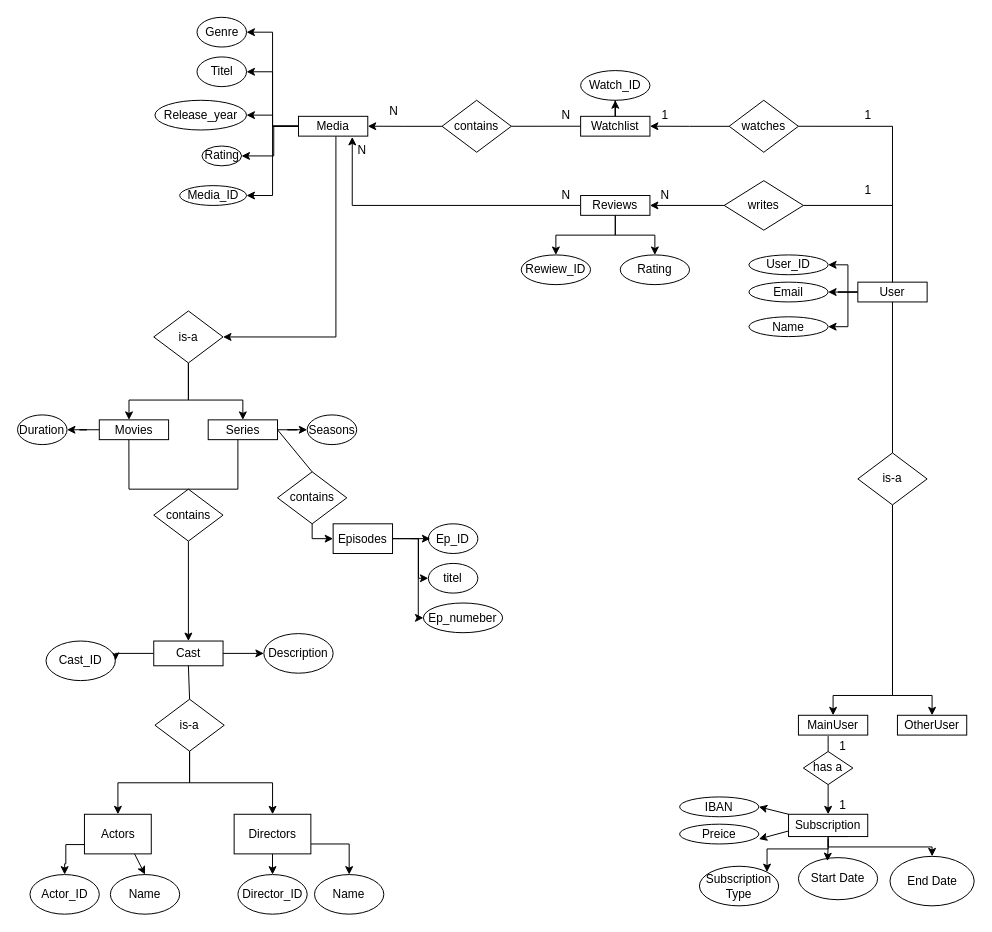
The draw.io diagram draw_io/ER.drawio in KevinGarrison/DataEngineeringProjects, before the edit. Source tidied: cells renumbered, new cells numbered last; positions are measured from the earlier drawing's top-left corner, leaving out a move shared by most shapes. Both pictures are drawn from the tidied source at 99%, with x=0, y=0 at pixel (17, 17).
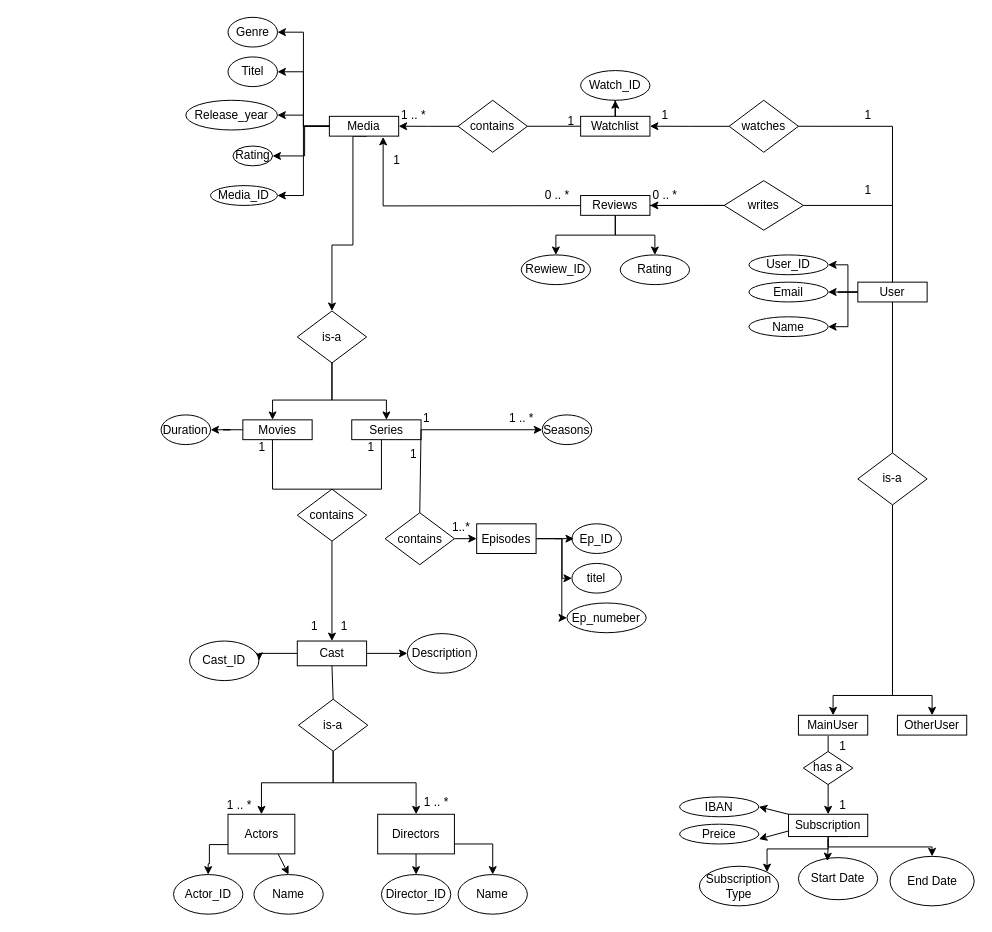
After the change.

Commit message:
Kardinalitäten hinzugefügt

The change refers to these unchanged cells:
```xml
<mxCell id="50" value="Reviews" style="rounded=0;whiteSpace=wrap;html=1;" parent="1" vertex="1">
  <mxGeometry x="569" y="180" width="70" height="20" as="geometry" />
</mxCell>
```

Change to the diagram source:
```diff
@@
-    <mxCell id="2" style="edgeStyle=orthogonalEdgeStyle;rounded=0;jettySize=auto;html=1;exitX=0.54;exitY=1.007;exitDx=0;exitDy=0;entryX=1;entryY=0.5;entryDx=0;entryDy=0;exitPerimeter=0;" parent="1" edge="1" source="8" target="13">
+    <mxCell id="2" style="edgeStyle=orthogonalEdgeStyle;rounded=0;jettySize=auto;html=1;exitX=0.54;exitY=1.007;exitDx=0;exitDy=0;entryX=0.5;entryY=0;entryDx=0;entryDy=0;exitPerimeter=0;" parent="1" edge="1" source="8" target="13">
       <mxGeometry relative="1" as="geometry">
         <Array as="points">
-          <mxPoint x="322" y="323" />
+          <mxPoint x="339" y="120" />
+          <mxPoint x="339" y="230" />
+          <mxPoint x="318" y="230" />
         </Array>
       </mxGeometry>
     </mxCell>
@@
     <mxCell id="6" style="edgeStyle=orthogonalEdgeStyle;rounded=0;jettySize=auto;html=1;entryX=1;entryY=0.5;entryDx=0;entryDy=0;" parent="1" edge="1" source="8" target="56">
       <mxGeometry relative="1" as="geometry">
         <Array as="points">
-          <mxPoint x="259" y="110" />
-          <mxPoint x="259" y="140" />
+          <mxPoint x="290.2" y="110" />
+          <mxPoint x="290.2" y="140" />
         </Array>
       </mxGeometry>
     </mxCell>
@@
     <mxCell id="8" value="Media" style="rounded=0;whiteSpace=wrap;html=1;" parent="1" vertex="1">
-      <mxGeometry x="284" y="100" width="70" height="20" as="geometry" />
+      <mxGeometry x="315.2" y="100" width="70" height="20" as="geometry" />
     </mxCell>
@@
     <mxCell id="10" value="Movies" style="rounded=0;whiteSpace=wrap;html=1;" parent="1" vertex="1">
-      <mxGeometry x="82.8" y="406.6" width="70" height="20" as="geometry" />
+      <mxGeometry x="227.8" y="406.6" width="70" height="20" as="geometry" />
     </mxCell>
     <mxCell id="11" style="edgeStyle=orthogonalEdgeStyle;rounded=0;jettySize=auto;html=1;exitX=0.5;exitY=1;exitDx=0;exitDy=0;" parent="1" edge="1" source="13" target="10">
       <mxGeometry relative="1" as="geometry">
         <Array as="points">
-          <mxPoint x="172.8" y="386.6" />
-          <mxPoint x="112.8" y="386.6" />
+          <mxPoint x="317.8" y="386.6" />
+          <mxPoint x="257.8" y="386.6" />
         </Array>
       </mxGeometry>
     </mxCell>
     <mxCell id="12" style="edgeStyle=orthogonalEdgeStyle;rounded=0;jettySize=auto;html=1;entryX=0.5;entryY=0;entryDx=0;entryDy=0;" parent="1" edge="1" source="13" target="15">
       <mxGeometry relative="1" as="geometry">
         <Array as="points">
-          <mxPoint x="172.8" y="386.6" />
-          <mxPoint x="227.8" y="386.6" />
+          <mxPoint x="317.8" y="386.6" />
+          <mxPoint x="372.8" y="386.6" />
         </Array>
       </mxGeometry>
     </mxCell>
     <mxCell id="13" value="is-a" style="rhombus;whiteSpace=wrap;html=1;" parent="1" vertex="1">
-      <mxGeometry x="137.8" y="296.6" width="70" height="52.5" as="geometry" />
+      <mxGeometry x="282.8" y="296.6" width="70" height="52.5" as="geometry" />
     </mxCell>
@@
     <mxCell id="15" value="Series" style="rounded=0;whiteSpace=wrap;html=1;" parent="1" vertex="1">
-      <mxGeometry x="192.8" y="406.6" width="70" height="20" as="geometry" />
+      <mxGeometry x="337.8" y="406.6" width="70" height="20" as="geometry" />
     </mxCell>
     <mxCell id="16" value="Genre" style="ellipse;whiteSpace=wrap;html=1;" parent="1" vertex="1">
-      <mxGeometry x="181.5" width="50" height="30" as="geometry" />
+      <mxGeometry x="212.8" width="50" height="30" as="geometry" />
     </mxCell>
     <mxCell id="17" value="Media_ID" style="ellipse;whiteSpace=wrap;html=1;" parent="1" vertex="1">
-      <mxGeometry x="164" y="170" width="67.5" height="20" as="geometry" />
+      <mxGeometry x="195.2" y="170" width="67.5" height="20" as="geometry" />
     </mxCell>
     <mxCell id="18" value="Seasons" style="ellipse;whiteSpace=wrap;html=1;" parent="1" vertex="1">
-      <mxGeometry x="292.8" y="401.6" width="50" height="30" as="geometry" />
+      <mxGeometry x="530.2" y="401.6" width="50" height="30" as="geometry" />
     </mxCell>
     <mxCell id="19" style="edgeStyle=orthogonalEdgeStyle;rounded=0;jettySize=auto;html=1;entryX=0;entryY=0.5;entryDx=0;entryDy=0;" parent="1" edge="1" target="59">
       <mxGeometry relative="1" as="geometry">
-        <mxPoint x="397.7" y="526.6" as="sourcePoint" />
+        <mxPoint x="542.7" y="526.6" as="sourcePoint" />
         <Array as="points">
-          <mxPoint x="405.2" y="526.6" />
-          <mxPoint x="405.2" y="566.6" />
+          <mxPoint x="550.2" y="526.6" />
+          <mxPoint x="550.2" y="566.6" />
         </Array>
       </mxGeometry>
     </mxCell>
     <mxCell id="20" style="edgeStyle=orthogonalEdgeStyle;rounded=0;jettySize=auto;html=1;entryX=0;entryY=0.5;entryDx=0;entryDy=0;exitX=1;exitY=0.5;exitDx=0;exitDy=0;" parent="1" edge="1" source="110" target="60">
       <mxGeometry relative="1" as="geometry">
         <Array as="points">
-          <mxPoint x="405" y="527" />
-          <mxPoint x="405" y="607" />
+          <mxPoint x="550" y="527" />
+          <mxPoint x="550" y="607" />
         </Array>
       </mxGeometry>
     </mxCell>
     <mxCell id="21" value="contains" style="rhombus;whiteSpace=wrap;html=1;" parent="1" vertex="1">
-      <mxGeometry x="137.8" y="476.6" width="70" height="52.5" as="geometry" />
+      <mxGeometry x="282.8" y="476.6" width="70" height="52.5" as="geometry" />
     </mxCell>
     <mxCell id="22" style="endArrow=none;html=1;rounded=0;entryX=0.427;entryY=1.006;entryDx=0;entryDy=0;entryPerimeter=0;exitX=0.5;exitY=0;exitDx=0;exitDy=0;" parent="1" edge="1" source="21" target="10">
       <mxGeometry relative="1" as="geometry">
         <Array as="points">
-          <mxPoint x="112.8" y="476.6" />
+          <mxPoint x="257.8" y="476.6" />
         </Array>
       </mxGeometry>
     </mxCell>
     <mxCell id="23" style="endArrow=none;html=1;rounded=0;" parent="1" edge="1">
       <mxGeometry relative="1" as="geometry">
-        <mxPoint x="172.8" y="476.6" as="sourcePoint" />
-        <mxPoint x="222.8" y="426.6" as="targetPoint" />
+        <mxPoint x="317.8" y="476.6" as="sourcePoint" />
+        <mxPoint x="367.8" y="426.6" as="targetPoint" />
         <Array as="points">
-          <mxPoint x="222.8" y="476.6" />
+          <mxPoint x="367.8" y="476.6" />
         </Array>
       </mxGeometry>
     </mxCell>
@@
     <mxCell id="27" value="contains" style="rhombus;whiteSpace=wrap;html=1;" parent="1" vertex="1">
-      <mxGeometry x="429" y="83.8" width="70" height="52.5" as="geometry" />
+      <mxGeometry x="445.2" y="83.8" width="70" height="52.5" as="geometry" />
     </mxCell>
@@
-    <mxCell id="48" style="edgeStyle=orthogonalEdgeStyle;rounded=0;jettySize=auto;html=1;entryX=0.776;entryY=1.042;entryDx=0;entryDy=0;entryPerimeter=0;" parent="1" edge="1" source="50" target="8">
-      <mxGeometry relative="1" as="geometry" />
+    <mxCell id="48" style="edgeStyle=orthogonalEdgeStyle;rounded=0;jettySize=auto;html=1;entryX=0.776;entryY=1.042;entryDx=0;entryDy=0;entryPerimeter=0;" parent="1" edge="1" target="8">
+      <mxGeometry relative="1" as="geometry">
+        <mxPoint x="714" y="190" as="sourcePoint" />
+      </mxGeometry>
     </mxCell>
@@
     <mxCell id="54" value="Titel" style="ellipse;whiteSpace=wrap;html=1;" parent="1" vertex="1">
-      <mxGeometry x="181.5" y="40" width="50" height="30" as="geometry" />
+      <mxGeometry x="212.8" y="40" width="50" height="30" as="geometry" />
     </mxCell>
     <mxCell id="55" value="Release_year" style="ellipse;whiteSpace=wrap;html=1;" parent="1" vertex="1">
-      <mxGeometry x="139" y="83.8" width="92.5" height="30" as="geometry" />
+      <mxGeometry x="170.2" y="83.8" width="92.5" height="30" as="geometry" />
     </mxCell>
     <mxCell id="56" value="Rating" style="ellipse;whiteSpace=wrap;html=1;" parent="1" vertex="1">
-      <mxGeometry x="186.5" y="130" width="40" height="20" as="geometry" />
+      <mxGeometry x="217.8" y="130" width="40" height="20" as="geometry" />
     </mxCell>
@@
     <mxCell id="58" value="Ep_ID" style="ellipse;whiteSpace=wrap;html=1;" parent="1" vertex="1">
-      <mxGeometry x="415.2" y="511.6" width="50" height="30" as="geometry" />
+      <mxGeometry x="560.2" y="511.6" width="50" height="30" as="geometry" />
     </mxCell>
     <mxCell id="59" value="titel" style="ellipse;whiteSpace=wrap;html=1;" parent="1" vertex="1">
-      <mxGeometry x="415.2" y="551.6" width="50" height="30" as="geometry" />
+      <mxGeometry x="560.2" y="551.6" width="50" height="30" as="geometry" />
     </mxCell>
     <mxCell id="60" value="Ep_numeber" style="ellipse;whiteSpace=wrap;html=1;" parent="1" vertex="1">
-      <mxGeometry x="410.2" y="591.6" width="80" height="30" as="geometry" />
+      <mxGeometry x="555.2" y="591.6" width="80" height="30" as="geometry" />
     </mxCell>
@@
     <mxCell id="62" style="edgeStyle=orthogonalEdgeStyle;rounded=0;jettySize=auto;html=1;entryX=0;entryY=0.5;entryDx=0;entryDy=0;" parent="1" edge="1" source="63" target="110">
       <mxGeometry relative="1" as="geometry">
         <Array as="points">
-          <mxPoint x="298" y="527" />
+          <mxPoint x="443" y="527" />
         </Array>
       </mxGeometry>
     </mxCell>
     <mxCell id="63" value="contains" style="rhombus;whiteSpace=wrap;html=1;" parent="1" vertex="1">
-      <mxGeometry x="262.8" y="459.1" width="70" height="52.5" as="geometry" />
+      <mxGeometry x="371.5" y="500.4" width="70" height="52.5" as="geometry" />
     </mxCell>
@@
     <mxCell id="67" value="Cast" style="rounded=0;whiteSpace=wrap;html=1;" parent="1" vertex="1">
-      <mxGeometry x="137.8" y="630" width="70" height="25" as="geometry" />
+      <mxGeometry x="282.8" y="630" width="70" height="25" as="geometry" />
     </mxCell>
@@
     <mxCell id="69" value="Description" style="ellipse;whiteSpace=wrap;html=1;" parent="1" vertex="1">
-      <mxGeometry x="249" y="622.5" width="70" height="40" as="geometry" />
+      <mxGeometry x="394" y="622.5" width="70" height="40" as="geometry" />
     </mxCell>
     <mxCell id="70" value="Duration" style="ellipse;whiteSpace=wrap;html=1;" parent="1" vertex="1">
-      <mxGeometry x="0.2" y="401.6" width="50" height="30" as="geometry" />
+      <mxGeometry x="145.2" y="401.6" width="50" height="30" as="geometry" />
     </mxCell>
     <mxCell id="71" value="Cast_ID" style="ellipse;whiteSpace=wrap;html=1;" parent="1" vertex="1">
-      <mxGeometry x="29" y="630" width="70" height="40" as="geometry" />
+      <mxGeometry x="174" y="630" width="70" height="40" as="geometry" />
     </mxCell>
     <mxCell id="72" value="is-a" style="rhombus;whiteSpace=wrap;html=1;" parent="1" vertex="1">
-      <mxGeometry x="139" y="688.8" width="70" height="52.5" as="geometry" />
+      <mxGeometry x="284" y="688.8" width="70" height="52.5" as="geometry" />
     </mxCell>
@@
     <mxCell id="76" value="Actor_ID" style="ellipse;whiteSpace=wrap;html=1;" parent="1" vertex="1">
-      <mxGeometry x="12.8" y="865.9" width="70" height="40" as="geometry" />
+      <mxGeometry x="157.8" y="865.9" width="70" height="40" as="geometry" />
     </mxCell>
     <mxCell id="77" value="Director_ID" style="ellipse;whiteSpace=wrap;html=1;" parent="1" vertex="1">
-      <mxGeometry x="222.8" y="865.9" width="70" height="40" as="geometry" />
+      <mxGeometry x="367.8" y="865.9" width="70" height="40" as="geometry" />
     </mxCell>
     <mxCell id="78" value="Name" style="ellipse;whiteSpace=wrap;html=1;" parent="1" vertex="1">
-      <mxGeometry x="94" y="865.9" width="70" height="40" as="geometry" />
+      <mxGeometry x="239" y="865.9" width="70" height="40" as="geometry" />
     </mxCell>
     <mxCell id="79" value="Name" style="ellipse;whiteSpace=wrap;html=1;" parent="1" vertex="1">
-      <mxGeometry x="300.2" y="865.9" width="70" height="40" as="geometry" />
+      <mxGeometry x="445.2" y="865.9" width="70" height="40" as="geometry" />
     </mxCell>
     <mxCell id="80" style="endArrow=classic;html=1;rounded=0;exitX=0.03;exitY=0.765;exitDx=0;exitDy=0;entryX=0.5;entryY=0;entryDx=0;entryDy=0;edgeStyle=orthogonalEdgeStyle;exitPerimeter=0;" parent="1" edge="1" source="84" target="76">
       <mxGeometry relative="1" as="geometry">
         <Array as="points">
-          <mxPoint x="49" y="836" />
-          <mxPoint x="49" y="855" />
-          <mxPoint x="48" y="855" />
+          <mxPoint x="194" y="836" />
+          <mxPoint x="194" y="855" />
+          <mxPoint x="193" y="855" />
         </Array>
       </mxGeometry>
     </mxCell>
@@
     <mxCell id="83" style="endArrow=classic;html=1;rounded=0;entryX=0.5;entryY=0;entryDx=0;entryDy=0;edgeStyle=orthogonalEdgeStyle;exitX=1;exitY=0.75;exitDx=0;exitDy=0;" parent="1" edge="1" source="85" target="79">
       <mxGeometry relative="1" as="geometry">
         <Array as="points">
-          <mxPoint x="335.8" y="835" />
+          <mxPoint x="480.8" y="835" />
         </Array>
       </mxGeometry>
     </mxCell>
     <mxCell id="84" value="Actors" style="rounded=0;whiteSpace=wrap;html=1;" parent="1" vertex="1">
-      <mxGeometry x="67.8" y="805" width="67.5" height="40" as="geometry" />
+      <mxGeometry x="212.8" y="805" width="67.5" height="40" as="geometry" />
     </mxCell>
     <mxCell id="85" value="Directors" style="rounded=0;whiteSpace=wrap;html=1;" parent="1" vertex="1">
-      <mxGeometry x="219" y="805" width="77.5" height="40" as="geometry" />
+      <mxGeometry x="364" y="805" width="77.5" height="40" as="geometry" />
     </mxCell>
@@
-    <mxCell id="100" value="N" style="text;html=1;align=center;verticalAlign=middle;strokeColor=none;fillColor=none;" parent="1" vertex="1">
-      <mxGeometry x="332.8" y="120" width="30" height="30" as="geometry" />
+    <mxCell id="100" value="1 .. *" style="text;html=1;align=center;verticalAlign=middle;strokeColor=none;fillColor=none;" parent="1" vertex="1">
+      <mxGeometry x="375.2" y="83.8" width="50" height="30" as="geometry" />
     </mxCell>
-    <mxCell id="101" value="N" style="text;html=1;align=center;verticalAlign=middle;strokeColor=none;fillColor=none;" parent="1" vertex="1">
-      <mxGeometry x="639" y="165" width="30" height="30" as="geometry" />
+    <mxCell id="101" value="0 .. *" style="text;html=1;align=center;verticalAlign=middle;strokeColor=none;fillColor=none;" parent="1" vertex="1">
+      <mxGeometry x="629" y="165" width="50" height="30" as="geometry" />
     </mxCell>
@@
-    <mxCell id="104" value="N" style="text;html=1;align=center;verticalAlign=middle;strokeColor=none;fillColor=none;" parent="1" vertex="1">
-      <mxGeometry x="539" y="83.8" width="30" height="30" as="geometry" />
-    </mxCell>
-    <mxCell id="105" value="N" style="text;html=1;align=center;verticalAlign=middle;strokeColor=none;fillColor=none;" parent="1" vertex="1">
-      <mxGeometry x="365.2" y="80" width="30" height="30" as="geometry" />
+    <mxCell id="105" value="1" style="text;html=1;align=center;verticalAlign=middle;strokeColor=none;fillColor=none;" parent="1" vertex="1">
+      <mxGeometry x="544" y="90" width="30" height="30" as="geometry" />
     </mxCell>
@@
-    <mxCell id="107" value="N" style="text;html=1;align=center;verticalAlign=middle;strokeColor=none;fillColor=none;" parent="1" vertex="1">
-      <mxGeometry x="539" y="165" width="30" height="30" as="geometry" />
-    </mxCell>
@@
     <mxCell id="110" value="Episodes" style="rounded=0;whiteSpace=wrap;html=1;" parent="1" vertex="1">
-      <mxGeometry x="319" y="511.6" width="60" height="30" as="geometry" />
+      <mxGeometry x="464" y="511.6" width="60" height="30" as="geometry" />
     </mxCell>
+    <mxCell id="111" value="0 .. *" style="text;html=1;align=center;verticalAlign=middle;strokeColor=none;fillColor=none;" parent="1" vertex="1">
+      <mxGeometry x="520.2" y="165" width="50" height="30" as="geometry" />
+    </mxCell>
+    <mxCell id="112" value="1" style="text;html=1;align=center;verticalAlign=middle;strokeColor=none;fillColor=none;" parent="1" vertex="1">
+      <mxGeometry x="367.8" y="130" width="30" height="30" as="geometry" />
+    </mxCell>
+    <mxCell id="113" value="1" style="text;html=1;align=center;verticalAlign=middle;strokeColor=none;fillColor=none;" parent="1" vertex="1">
+      <mxGeometry x="397.8" y="390" width="30" height="30" as="geometry" />
+    </mxCell>
+    <mxCell id="114" value="1 .. *" style="text;html=1;align=center;verticalAlign=middle;strokeColor=none;fillColor=none;" parent="1" vertex="1">
+      <mxGeometry x="484" y="390" width="50" height="30" as="geometry" />
+    </mxCell>
+    <mxCell id="115" value="1" style="text;html=1;align=center;verticalAlign=middle;strokeColor=none;fillColor=none;" parent="1" vertex="1">
+      <mxGeometry x="385.2" y="426.6" width="30" height="30" as="geometry" />
+    </mxCell>
+    <mxCell id="116" value="1..*" style="text;html=1;align=center;verticalAlign=middle;strokeColor=none;fillColor=none;" parent="1" vertex="1">
+      <mxGeometry x="427.8" y="500.4" width="40" height="30" as="geometry" />
+    </mxCell>
+    <mxCell id="117" value="1" style="text;html=1;align=center;verticalAlign=middle;strokeColor=none;fillColor=none;" parent="1" vertex="1">
+      <mxGeometry x="341.5" y="420" width="30" height="30" as="geometry" />
+    </mxCell>
+    <mxCell id="118" value="1" style="text;html=1;align=center;verticalAlign=middle;strokeColor=none;fillColor=none;" parent="1" vertex="1">
+      <mxGeometry x="315.2" y="600" width="30" height="30" as="geometry" />
+    </mxCell>
+    <mxCell id="119" value="1" style="text;html=1;align=center;verticalAlign=middle;strokeColor=none;fillColor=none;" parent="1" vertex="1">
+      <mxGeometry x="231.5" y="420" width="30" height="30" as="geometry" />
+    </mxCell>
+    <mxCell id="120" value="1" style="text;html=1;align=center;verticalAlign=middle;strokeColor=none;fillColor=none;" parent="1" vertex="1">
+      <mxGeometry x="285.2" y="600" width="30" height="30" as="geometry" />
+    </mxCell>
+    <mxCell id="121" value="1 .. *" style="text;html=1;align=center;verticalAlign=middle;strokeColor=none;fillColor=none;" parent="1" vertex="1">
+      <mxGeometry x="199" y="780.8" width="50" height="30" as="geometry" />
+    </mxCell>
+    <mxCell id="122" value="1 .. *" style="text;html=1;align=center;verticalAlign=middle;strokeColor=none;fillColor=none;" parent="1" vertex="1">
+      <mxGeometry x="397.8" y="777.5" width="50" height="30" as="geometry" />
+    </mxCell>
```
